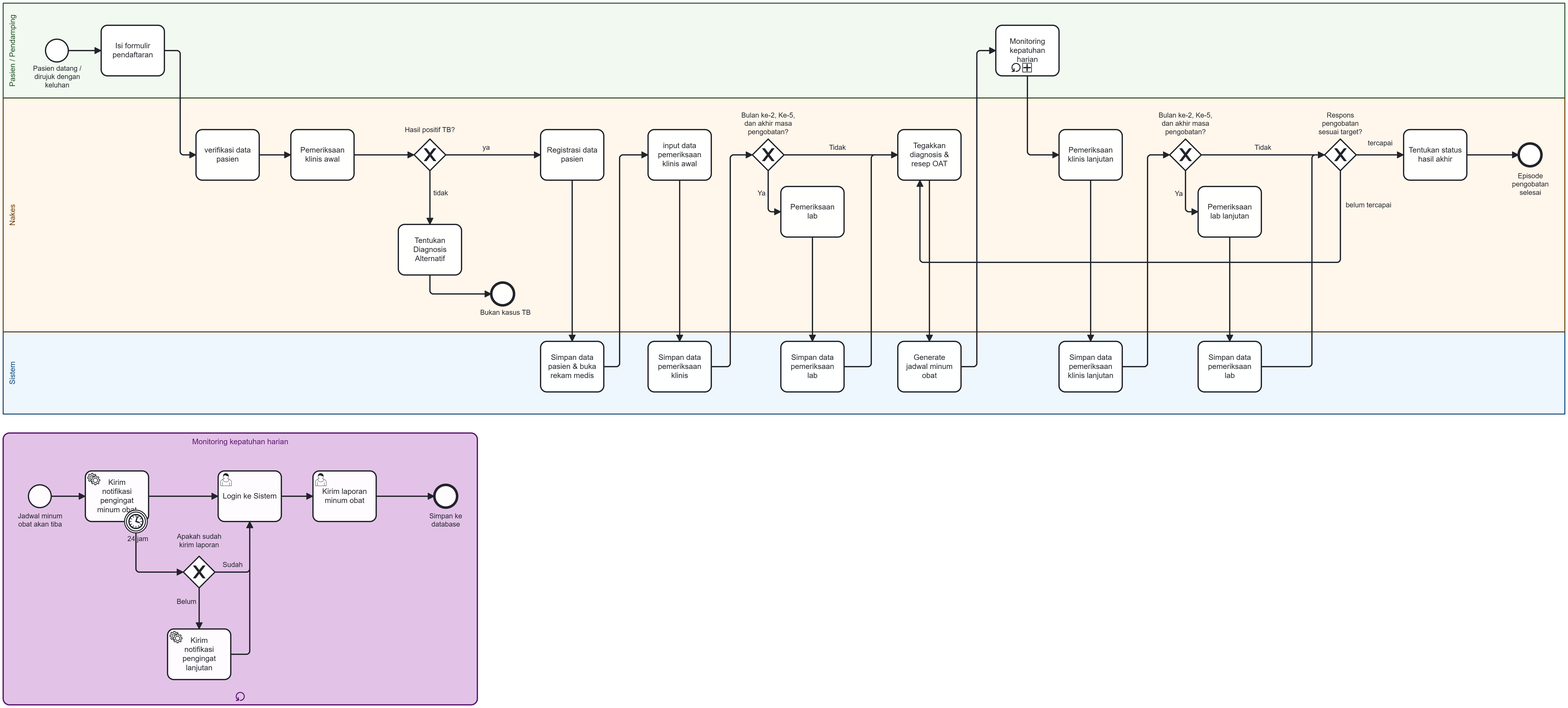
Earlier version of the BPMN export docs/proses_bisnis_tb.png (novandrawichdafarun/sistem-informasi-tuberkulosis). Its source is kept beside it as docs/proses_bisnis_tb.bpmn. Ids are renumbered.
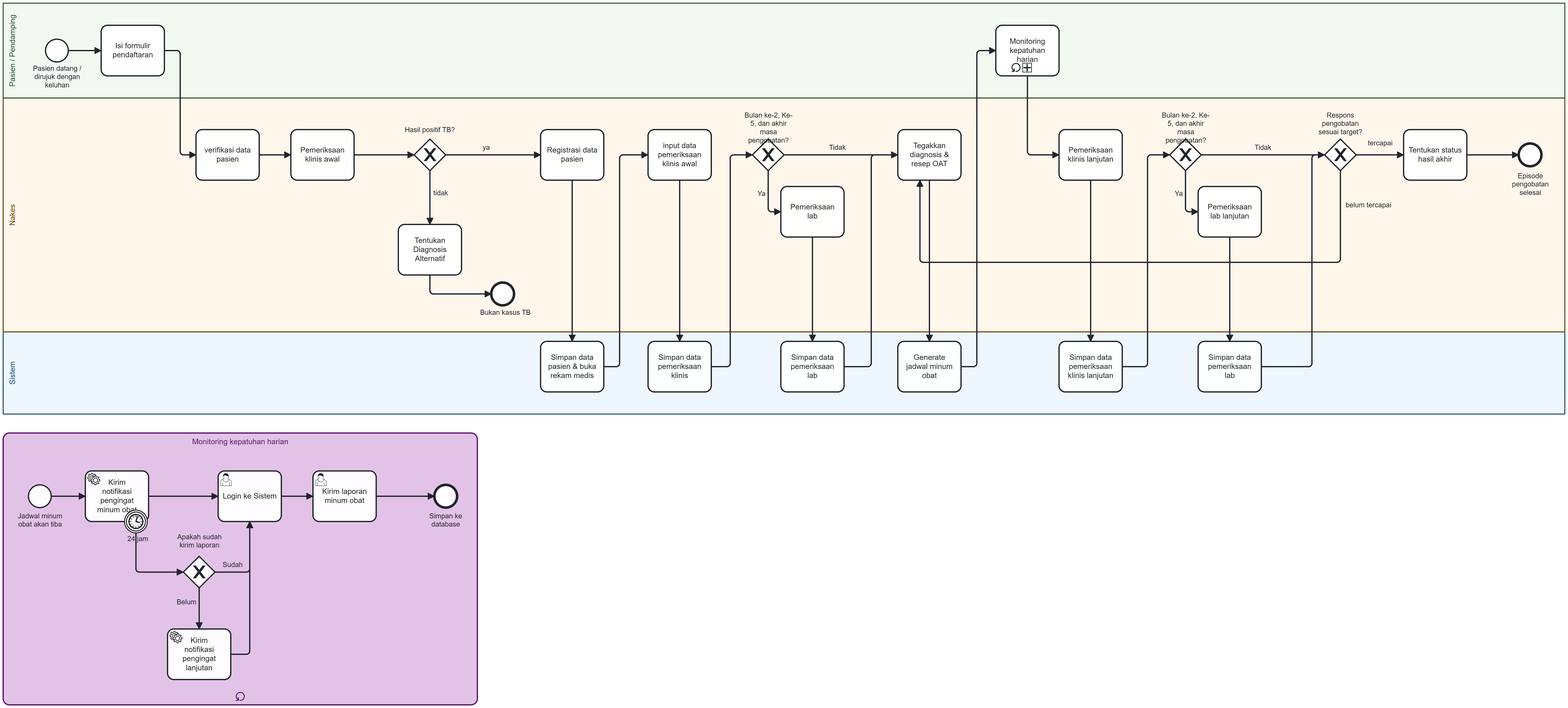
Later version of the same file.

What changed in the source:
```diff
@@ -1,4 +1,4 @@
-<bpmn:definitions xmlns:bpmn="http://www.omg.org/spec/BPMN/20100524/MODEL" xmlns:bpmndi="http://www.omg.org/spec/BPMN/20100524/DI" xmlns:dc="http://www.omg.org/spec/DD/20100524/DC" xmlns:di="http://www.omg.org/spec/DD/20100524/DI" xmlns:modeler="http://camunda.org/schema/modeler/1.0" xmlns:bioc="http://bpmn.io/schema/bpmn/biocolor/1.0" xmlns:color="http://www.omg.org/spec/BPMN/non-normative/color/1.0" xmlns:zeebe="http://camunda.org/schema/zeebe/1.0" id="Definitions_TB" targetNamespace="http://bpmn.io/schema/bpmn" exporter="Camunda Web Modeler" exporterVersion="0a0ba04" modeler:executionPlatform="Camunda Cloud" modeler:executionPlatformVersion="8.9.0">
+<bpmn:definitions xmlns:bpmn="http://www.omg.org/spec/BPMN/20100524/MODEL" xmlns:bpmndi="http://www.omg.org/spec/BPMN/20100524/DI" xmlns:dc="http://www.omg.org/spec/DD/20100524/DC" xmlns:di="http://www.omg.org/spec/DD/20100524/DI" xmlns:modeler="http://camunda.org/schema/modeler/1.0" xmlns:bioc="http://bpmn.io/schema/bpmn/biocolor/1.0" xmlns:color="http://www.omg.org/spec/BPMN/non-normative/color/1.0" xmlns:zeebe="http://camunda.org/schema/zeebe/1.0" id="Definitions_TB" targetNamespace="http://bpmn.io/schema/bpmn" exporter="Camunda Web Modeler" exporterVersion="5e2cce6" modeler:executionPlatform="Camunda Cloud" modeler:executionPlatformVersion="8.9.0">
   <bpmn:process id="Process_TB" name="Proses Bisnis Penanganan Pasien TB" isExecutable="false">
     <bpmn:laneSet id="LaneSet_1">
       <bpmn:lane id="Lane_Pasien" name="Pasien / Pendamping">
@@ -248,6 +248,10 @@
         <dc:Bounds x="160" y="80" width="2470" height="150" />
         <bpmndi:BPMNLabel />
       </bpmndi:BPMNShape>
+      <bpmndi:BPMNShape id="Activity_n9_di" bpmnElement="Activity_n9">
+        <dc:Bounds x="1010" y="615" width="100" height="80" />
+        <bpmndi:BPMNLabel />
+      </bpmndi:BPMNShape>
       <bpmndi:BPMNShape id="Activity_n1_di" bpmnElement="Activity_n1">
         <dc:Bounds x="1010" y="280" width="100" height="80" />
         <bpmndi:BPMNLabel />
@@ -255,6 +259,19 @@
       <bpmndi:BPMNShape id="Activity_n2_di" bpmnElement="Activity_n2">
         <dc:Bounds x="785" y="430" width="100" height="80" />
         <bpmndi:BPMNLabel />
+      </bpmndi:BPMNShape>
+      <bpmndi:BPMNShape id="Task_HasilAkhir_di" bpmnElement="Task_HasilAkhir">
+        <dc:Bounds x="2375" y="280" width="100" height="80" />
+        <bpmndi:BPMNLabel />
+      </bpmndi:BPMNShape>
+      <bpmndi:BPMNShape id="Gateway_ResponsTarget_di" bpmnElement="Gateway_ResponsTarget" isMarkerVisible="true">
+        <dc:Bounds x="2250" y="295" width="50" height="50" />
+        <bpmndi:BPMNLabel>
+          <dc:Bounds x="2240" y="251" width="70" height="40" />
+        </bpmndi:BPMNLabel>
+      </bpmndi:BPMNShape>
+      <bpmndi:BPMNShape id="Task_GenerateJadwal_di" bpmnElement="Task_GenerateJadwal">
+        <dc:Bounds x="1575" y="615" width="100" height="80" />
       </bpmndi:BPMNShape>
       <bpmndi:BPMNShape id="Task_Diagnosis_di" bpmnElement="Task_Diagnosis">
         <dc:Bounds x="1575" y="280" width="100" height="80" />
@@ -288,57 +305,6 @@
           <dc:Bounds x="207" y="177" width="77" height="40" />
         </bpmndi:BPMNLabel>
       </bpmndi:BPMNShape>
-      <bpmndi:BPMNShape id="Activity_n3_di" bpmnElement="Activity_n3">
-        <dc:Bounds x="1390" y="370" width="100" height="80" />
-        <bpmndi:BPMNLabel />
-      </bpmndi:BPMNShape>
-      <bpmndi:BPMNShape id="Activity_n9_di" bpmnElement="Activity_n9">
-        <dc:Bounds x="1010" y="615" width="100" height="80" />
-        <bpmndi:BPMNLabel />
-      </bpmndi:BPMNShape>
-      <bpmndi:BPMNShape id="Task_GenerateJadwal_di" bpmnElement="Task_GenerateJadwal">
-        <dc:Bounds x="1575" y="615" width="100" height="80" />
-      </bpmndi:BPMNShape>
-      <bpmndi:BPMNShape id="Activity_n10_di" bpmnElement="Activity_n10">
-        <dc:Bounds x="1180" y="615" width="100" height="80" />
-        <bpmndi:BPMNLabel />
-      </bpmndi:BPMNShape>
-      <bpmndi:BPMNShape id="Activity_n11_di" bpmnElement="Activity_n11">
-        <dc:Bounds x="1390" y="615" width="100" height="80" />
-        <bpmndi:BPMNLabel />
-      </bpmndi:BPMNShape>
-      <bpmndi:BPMNShape id="Activity_n4_di" bpmnElement="Activity_n4">
-        <dc:Bounds x="1830" y="280" width="100" height="80" />
-        <bpmndi:BPMNLabel />
-      </bpmndi:BPMNShape>
-      <bpmndi:BPMNShape id="Activity_n12_di" bpmnElement="Activity_n12">
-        <dc:Bounds x="1830" y="615" width="100" height="80" />
-        <bpmndi:BPMNLabel />
-      </bpmndi:BPMNShape>
-      <bpmndi:BPMNShape id="BPMNShape_n54" bpmnElement="Gateway_n8" isMarkerVisible="true">
-        <dc:Bounds x="2005" y="295" width="50" height="50" />
-        <bpmndi:BPMNLabel>
-          <dc:Bounds x="1979" y="251" width="102" height="40" />
-        </bpmndi:BPMNLabel>
-      </bpmndi:BPMNShape>
-      <bpmndi:BPMNShape id="BPMNShape_n55" bpmnElement="Activity_n5">
-        <dc:Bounds x="2050" y="370" width="100" height="80" />
-        <bpmndi:BPMNLabel />
-      </bpmndi:BPMNShape>
-      <bpmndi:BPMNShape id="BPMNShape_n56" bpmnElement="Activity_n13">
-        <dc:Bounds x="2050" y="615" width="100" height="80" />
-        <bpmndi:BPMNLabel />
-      </bpmndi:BPMNShape>
-      <bpmndi:BPMNShape id="Task_HasilAkhir_di" bpmnElement="Task_HasilAkhir">
-        <dc:Bounds x="2375" y="280" width="100" height="80" />
-        <bpmndi:BPMNLabel />
-      </bpmndi:BPMNShape>
-      <bpmndi:BPMNShape id="Gateway_ResponsTarget_di" bpmnElement="Gateway_ResponsTarget" isMarkerVisible="true">
-        <dc:Bounds x="2250" y="295" width="50" height="50" />
-        <bpmndi:BPMNLabel>
-          <dc:Bounds x="2240" y="251" width="70" height="40" />
-        </bpmndi:BPMNLabel>
-      </bpmndi:BPMNShape>
       <bpmndi:BPMNShape id="EndEvent_Selesai_di" bpmnElement="EndEvent_Selesai">
         <dc:Bounds x="2557" y="302" width="36" height="36" />
         <bpmndi:BPMNLabel>
@@ -349,19 +315,15 @@
         <dc:Bounds x="1730" y="115" width="100" height="80" />
         <bpmndi:BPMNLabel />
       </bpmndi:BPMNShape>
-      <bpmndi:BPMNShape id="Activity_n6_di" bpmnElement="Activity_n6">
-        <dc:Bounds x="1180" y="280" width="100" height="80" />
-        <bpmndi:BPMNLabel />
-      </bpmndi:BPMNShape>
-      <bpmndi:BPMNShape id="Gateway_n7_di" bpmnElement="Gateway_n7" isMarkerVisible="true">
-        <dc:Bounds x="1345" y="295" width="50" height="50" />
-        <bpmndi:BPMNLabel>
-          <dc:Bounds x="1319" y="251" width="102" height="40" />
-        </bpmndi:BPMNLabel>
-      </bpmndi:BPMNShape>
       <bpmndi:BPMNShape id="BPMNShape_n57" bpmnElement="Activity_n30" isExpanded="true" bioc:stroke="#5b176d" bioc:fill="#e1bee7" color:background-color="#e1bee7" color:border-color="#5b176d">
         <dc:Bounds x="160" y="760" width="750" height="430" />
         <bpmndi:BPMNLabel />
+      </bpmndi:BPMNShape>
+      <bpmndi:BPMNShape id="BPMNShape_n59" bpmnElement="Event_n31">
+        <dc:Bounds x="842" y="842" width="36" height="36" />
+        <bpmndi:BPMNLabel>
+          <dc:Bounds x="834" y="885" width="52" height="27" />
+        </bpmndi:BPMNLabel>
       </bpmndi:BPMNShape>
       <bpmndi:BPMNShape id="BPMNShape_n58" bpmnElement="Event_n33">
         <dc:Bounds x="200" y="842" width="36" height="36" />
@@ -377,12 +339,6 @@
       </bpmndi:BPMNShape>
       <bpmndi:BPMNShape id="Activity_0sh5sm7_di" bpmnElement="Activity_n35">
         <dc:Bounds x="290" y="820" width="100" height="80" />
-      </bpmndi:BPMNShape>
-      <bpmndi:BPMNShape id="BPMNShape_n59" bpmnElement="Event_n31">
-        <dc:Bounds x="842" y="842" width="36" height="36" />
-        <bpmndi:BPMNLabel>
-          <dc:Bounds x="834" y="885" width="52" height="27" />
-        </bpmndi:BPMNLabel>
       </bpmndi:BPMNShape>
       <bpmndi:BPMNShape id="Activity_01pnwgq_di" bpmnElement="Task_LoginSistem">
         <dc:Bounds x="500" y="820" width="100" height="80" />
@@ -409,6 +365,10 @@
         <di:waypoint x="370" y="918" />
         <di:waypoint x="370" y="980" />
         <di:waypoint x="445" y="980" />
+      </bpmndi:BPMNEdge>
+      <bpmndi:BPMNEdge id="Flow_LoginSistem_di" bpmnElement="Flow_LoginSistem">
+        <di:waypoint x="600" y="860" />
+        <di:waypoint x="650" y="860" />
       </bpmndi:BPMNEdge>
       <bpmndi:BPMNEdge id="Flow_n43_di" bpmnElement="Flow_n43">
         <di:waypoint x="390" y="860" />
@@ -438,13 +398,64 @@
         <di:waypoint x="750" y="860" />
         <di:waypoint x="842" y="860" />
       </bpmndi:BPMNEdge>
-      <bpmndi:BPMNEdge id="Flow_LoginSistem_di" bpmnElement="Flow_LoginSistem">
-        <di:waypoint x="600" y="860" />
-        <di:waypoint x="650" y="860" />
-      </bpmndi:BPMNEdge>
+      <bpmndi:BPMNShape id="Activity_n6_di" bpmnElement="Activity_n6">
+        <dc:Bounds x="1180" y="280" width="100" height="80" />
+        <bpmndi:BPMNLabel />
+      </bpmndi:BPMNShape>
+      <bpmndi:BPMNShape id="Activity_n10_di" bpmnElement="Activity_n10">
+        <dc:Bounds x="1180" y="615" width="100" height="80" />
+        <bpmndi:BPMNLabel />
+      </bpmndi:BPMNShape>
+      <bpmndi:BPMNShape id="Gateway_n7_di" bpmnElement="Gateway_n7" isMarkerVisible="true">
+        <dc:Bounds x="1345" y="295" width="50" height="50" />
+        <bpmndi:BPMNLabel>
+          <dc:Bounds x="1319" y="251" width="102" height="40" />
+        </bpmndi:BPMNLabel>
+      </bpmndi:BPMNShape>
+      <bpmndi:BPMNShape id="Activity_n3_di" bpmnElement="Activity_n3">
+        <dc:Bounds x="1390" y="370" width="100" height="80" />
+        <bpmndi:BPMNLabel />
+      </bpmndi:BPMNShape>
+      <bpmndi:BPMNShape id="Activity_n11_di" bpmnElement="Activity_n11">
+        <dc:Bounds x="1390" y="615" width="100" height="80" />
+        <bpmndi:BPMNLabel />
+      </bpmndi:BPMNShape>
+      <bpmndi:BPMNShape id="Activity_n4_di" bpmnElement="Activity_n4">
+        <dc:Bounds x="1830" y="280" width="100" height="80" />
+        <bpmndi:BPMNLabel />
+      </bpmndi:BPMNShape>
+      <bpmndi:BPMNShape id="Activity_n12_di" bpmnElement="Activity_n12">
+        <dc:Bounds x="1830" y="615" width="100" height="80" />
+        <bpmndi:BPMNLabel />
+      </bpmndi:BPMNShape>
+      <bpmndi:BPMNShape id="BPMNShape_n54" bpmnElement="Gateway_n8" isMarkerVisible="true">
+        <dc:Bounds x="2005" y="295" width="50" height="50" />
+        <bpmndi:BPMNLabel>
+          <dc:Bounds x="1979" y="251" width="102" height="40" />
+        </bpmndi:BPMNLabel>
+      </bpmndi:BPMNShape>
+      <bpmndi:BPMNShape id="BPMNShape_n55" bpmnElement="Activity_n5">
+        <dc:Bounds x="2050" y="370" width="100" height="80" />
+        <bpmndi:BPMNLabel />
+      </bpmndi:BPMNShape>
+      <bpmndi:BPMNShape id="BPMNShape_n56" bpmnElement="Activity_n13">
+        <dc:Bounds x="2050" y="615" width="100" height="80" />
+        <bpmndi:BPMNLabel />
+      </bpmndi:BPMNShape>
       <bpmndi:BPMNEdge id="Flow_n14_di" bpmnElement="Flow_n14">
         <di:waypoint x="1060" y="360" />
         <di:waypoint x="1060" y="615" />
+      </bpmndi:BPMNEdge>
+      <bpmndi:BPMNEdge id="Flow_16_di" bpmnElement="Flow_16">
+        <di:waypoint x="2475" y="320" />
+        <di:waypoint x="2557" y="320" />
+      </bpmndi:BPMNEdge>
+      <bpmndi:BPMNEdge id="Flow_15_di" bpmnElement="Flow_15">
+        <di:waypoint x="2300" y="320" />
+        <di:waypoint x="2375" y="320" />
+        <bpmndi:BPMNLabel>
+          <dc:Bounds x="2318" y="295" width="40" height="14" />
+        </bpmndi:BPMNLabel>
       </bpmndi:BPMNEdge>
       <bpmndi:BPMNEdge id="Flow_10_di" bpmnElement="Flow_10">
         <di:waypoint x="1675" y="655" />
@@ -534,6 +545,15 @@
         <di:waypoint x="1533" y="320" />
         <di:waypoint x="1575" y="320" />
       </bpmndi:BPMNEdge>
+      <bpmndi:BPMNEdge id="Flow_n21_di" bpmnElement="Flow_n21">
+        <di:waypoint x="1780" y="195" />
+        <di:waypoint x="1780" y="320" />
+        <di:waypoint x="1830" y="320" />
+      </bpmndi:BPMNEdge>
+      <bpmndi:BPMNEdge id="Flow_n50_di" bpmnElement="Flow_n50">
+        <di:waypoint x="1880" y="360" />
+        <di:waypoint x="1880" y="615" />
+      </bpmndi:BPMNEdge>
       <bpmndi:BPMNEdge id="Flow_13_di" bpmnElement="Flow_13">
         <di:waypoint x="2275" y="345" />
         <di:waypoint x="2275" y="490" />
@@ -542,15 +562,6 @@
         <bpmndi:BPMNLabel>
           <dc:Bounds x="2283" y="393" width="73" height="14" />
         </bpmndi:BPMNLabel>
-      </bpmndi:BPMNEdge>
-      <bpmndi:BPMNEdge id="Flow_n21_di" bpmnElement="Flow_n21">
-        <di:waypoint x="1780" y="195" />
-        <di:waypoint x="1780" y="320" />
-        <di:waypoint x="1830" y="320" />
-      </bpmndi:BPMNEdge>
-      <bpmndi:BPMNEdge id="Flow_n50_di" bpmnElement="Flow_n50">
-        <di:waypoint x="1880" y="360" />
-        <di:waypoint x="1880" y="615" />
       </bpmndi:BPMNEdge>
       <bpmndi:BPMNEdge id="BPMNEdge_n61" bpmnElement="Flow_n52">
         <di:waypoint x="2030" y="345" />
@@ -576,17 +587,6 @@
         <bpmndi:BPMNLabel>
           <dc:Bounds x="2139" y="302" width="27" height="14" />
         </bpmndi:BPMNLabel>
-      </bpmndi:BPMNEdge>
-      <bpmndi:BPMNEdge id="Flow_15_di" bpmnElement="Flow_15">
-        <di:waypoint x="2300" y="320" />
-        <di:waypoint x="2375" y="320" />
-        <bpmndi:BPMNLabel>
-          <dc:Bounds x="2318" y="295" width="40" height="14" />
-        </bpmndi:BPMNLabel>
-      </bpmndi:BPMNEdge>
-      <bpmndi:BPMNEdge id="Flow_16_di" bpmnElement="Flow_16">
-        <di:waypoint x="2475" y="320" />
-        <di:waypoint x="2557" y="320" />
       </bpmndi:BPMNEdge>
       <bpmndi:BPMNEdge id="Flow_n18_di" bpmnElement="Flow_n18">
         <di:waypoint x="2150" y="655" />
```
